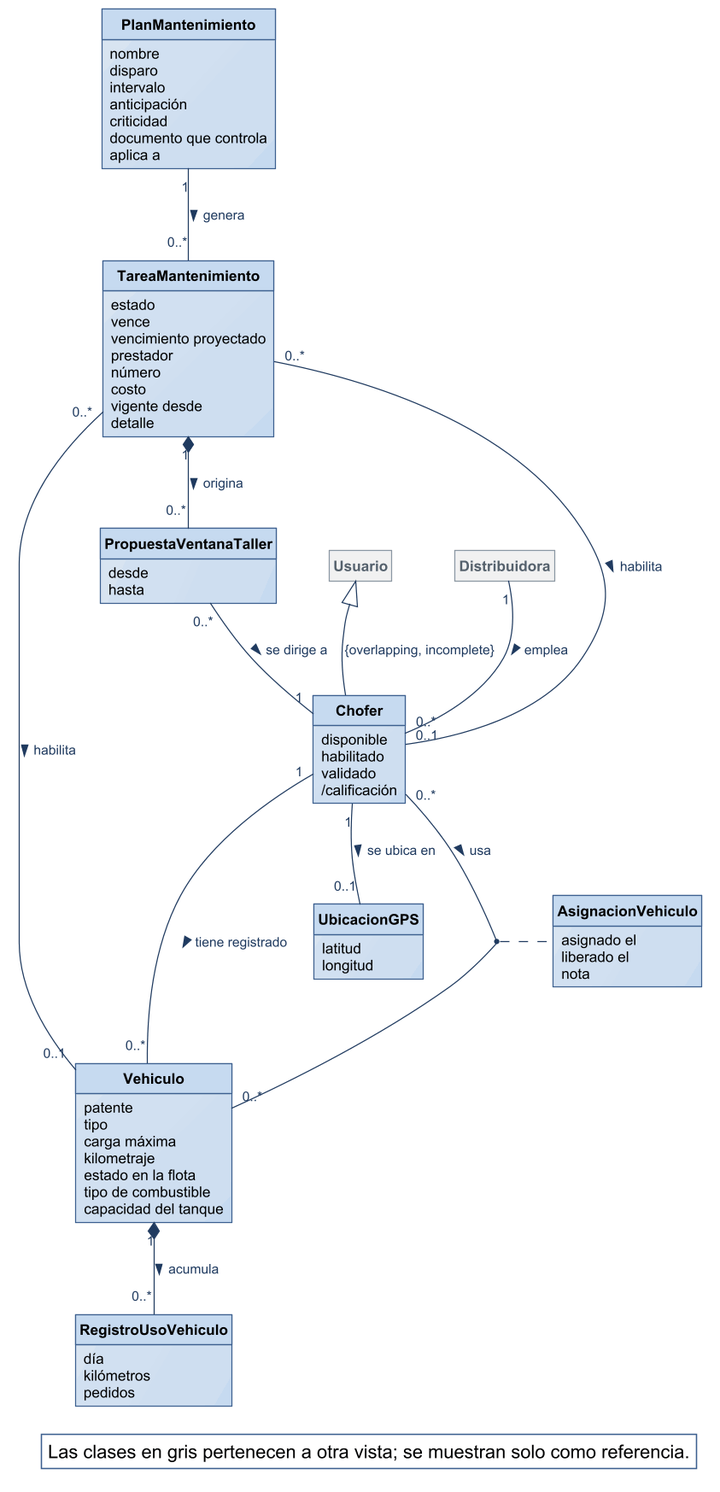
Before: diagramas/modelo-conceptual/MC_Esenciales-Flota.png, a diagram exported from PlantUML (Nahuelito-Dev/splg-docs).
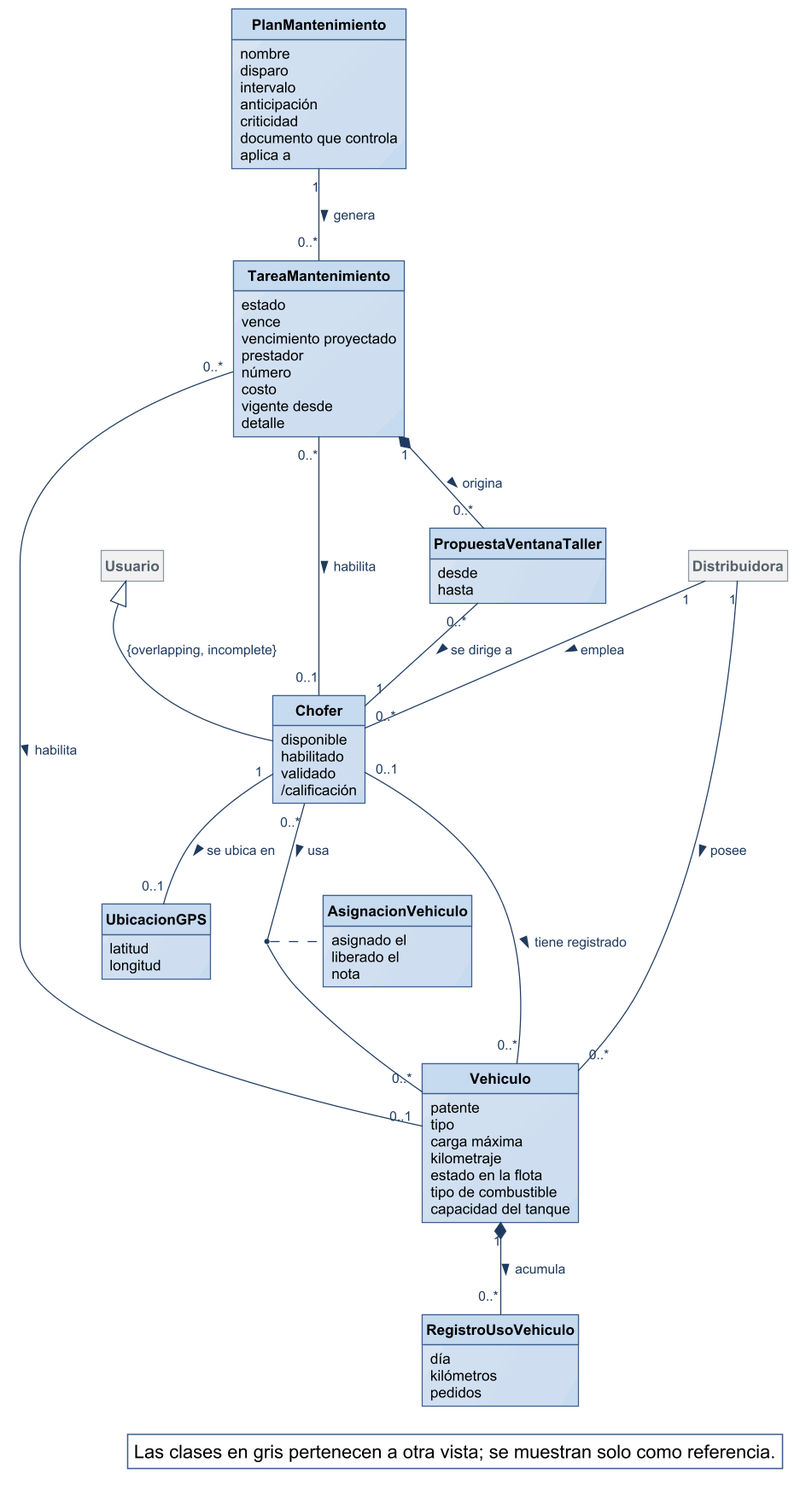
Later version of the same file.

The edit, as a diff of the source:
```diff
@@ -65,8 +65,10 @@
 Usuario <|-- Chofer : {overlapping, incomplete}
 
 Distribuidora "1" -- "0..*" Chofer : emplea >
-Chofer "1" -- "0..*" Vehiculo : tiene registrado >
+Distribuidora "1" -- "0..*" Vehiculo : posee >
 Chofer "0..*" -- "0..*" Vehiculo : usa >
+(Chofer, Vehiculo) .. AsignacionVehiculo
+Chofer "0..1" -- "0..*" Vehiculo : tiene registrado >
 Chofer "1" -- "0..1" UbicacionGPS : se ubica en >
 PlanMantenimiento "1" -- "0..*" TareaMantenimiento : genera >
 TareaMantenimiento "0..*" -- "0..1" Vehiculo : habilita >
@@ -74,7 +76,6 @@
 TareaMantenimiento "1" *-- "0..*" PropuestaVentanaTaller : origina >
 PropuestaVentanaTaller "0..*" -- "1" Chofer : se dirige a >
 Vehiculo "1" *-- "0..*" RegistroUsoVehiculo : acumula >
-(Chofer, Vehiculo) .. AsignacionVehiculo
 
 legend bottom right
   Las clases en gris pertenecen a otra vista; se muestran solo como referencia.
```
